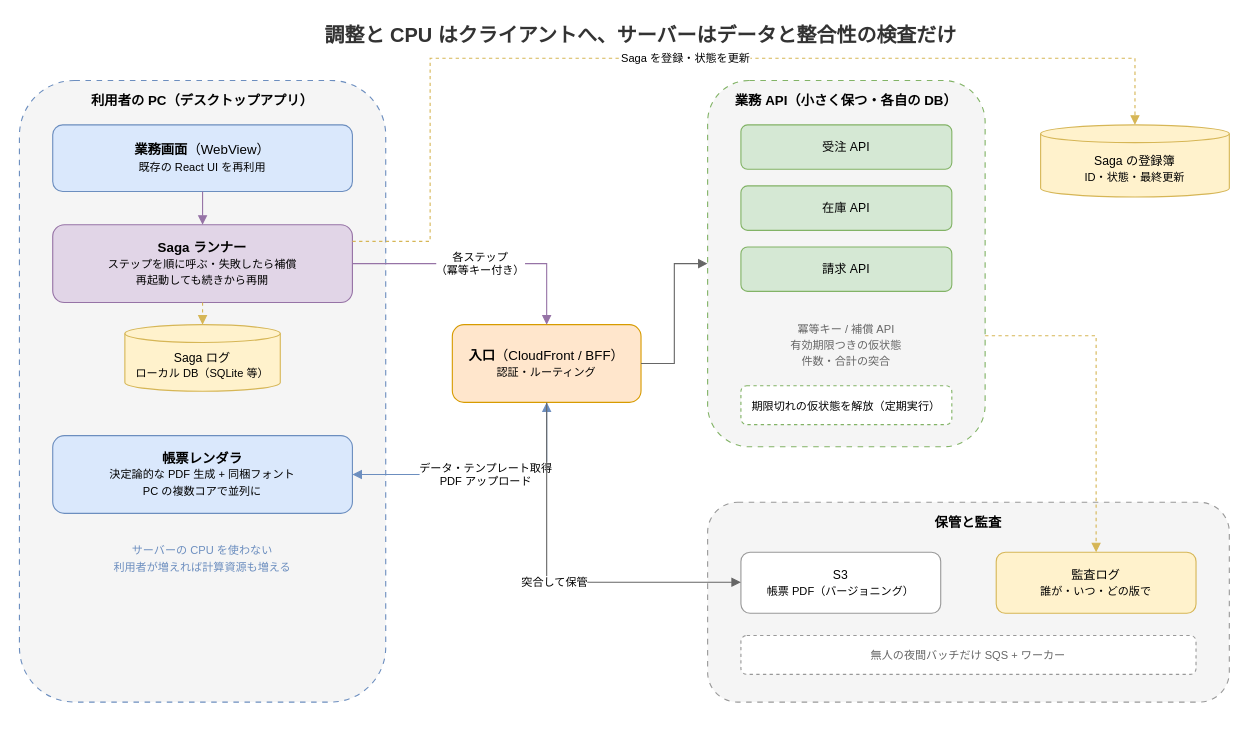
hdknr/blogs keeps this draw.io diagram as static/images/distributed-spa-architecture.drawio. Above is the earlier version. Source tidied: cells renumbered, new cells numbered last; positions are measured from the earlier drawing's top-left corner, leaving out a move shared by most shapes. Both pictures are drawn from the tidied source at 111%, with x=0, y=0 at pixel (19, 19).
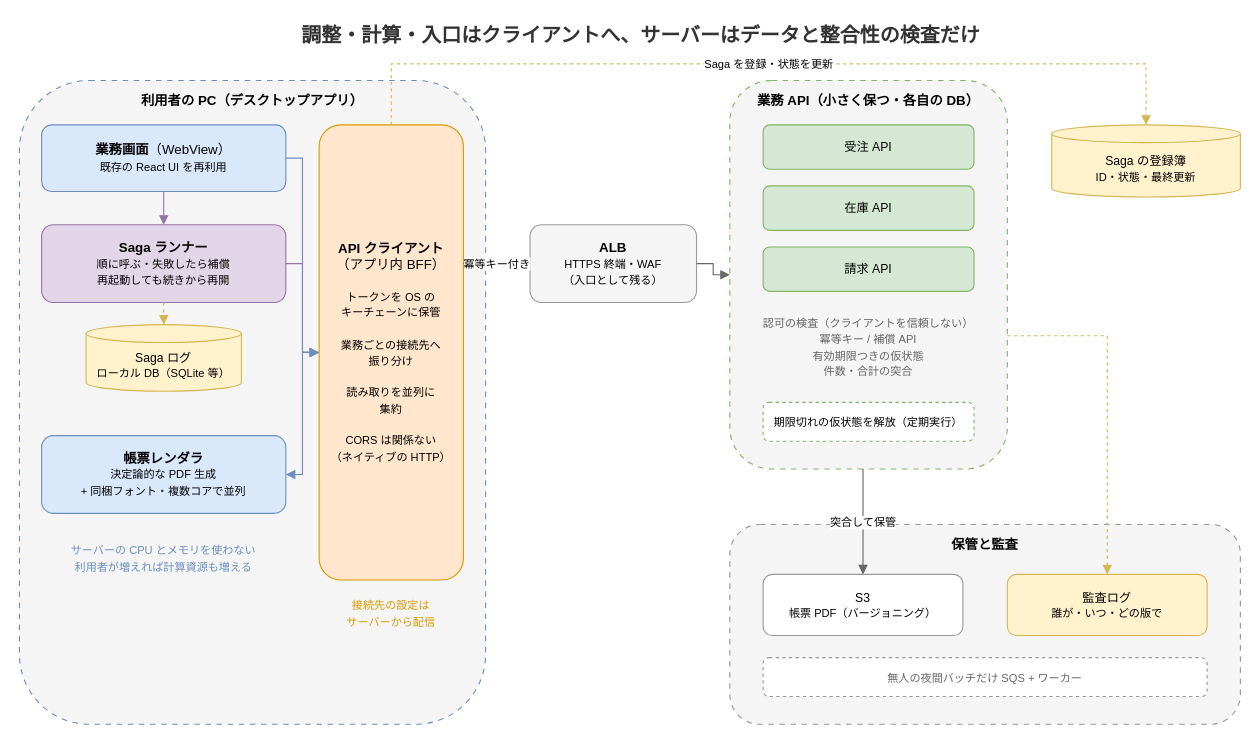
The same page after the edit.

Diff of the diagram source:
```diff
@@
-    <mxCell id="2" value="調整と CPU はクライアントへ、サーバーはデータと整合性の検査だけ" style="text;html=1;fontSize=18;fontStyle=1;align=center;verticalAlign=middle;whiteSpace=wrap;fontColor=#333333;" parent="1" vertex="1">
-      <mxGeometry x="210" width="700" height="30" as="geometry" />
+    <mxCell id="2" value="調整・計算・入口はクライアントへ、サーバーはデータと整合性の検査だけ" style="text;html=1;fontSize=18;fontStyle=1;align=center;verticalAlign=middle;whiteSpace=wrap;fontColor=#333333;" parent="1" vertex="1">
+      <mxGeometry x="160" width="800" height="30" as="geometry" />
     </mxCell>
     <mxCell id="3" value="利用者の PC（デスクトップアプリ）" style="rounded=1;whiteSpace=wrap;html=1;fillColor=#f5f5f5;strokeColor=#6c8ebf;fontStyle=1;fontSize=12;verticalAlign=top;spacingTop=5;dashed=1;dashPattern=5 5;" parent="1" vertex="1">
-      <mxGeometry y="55" width="330" height="560" as="geometry" />
+      <mxGeometry y="55" width="420" height="580" as="geometry" />
     </mxCell>
     <mxCell id="4" value="&lt;b&gt;業務画面&lt;/b&gt;（WebView）&lt;br&gt;&lt;font style=&quot;font-size:10px&quot;&gt;既存の React UI を再利用&lt;/font&gt;" style="rounded=1;whiteSpace=wrap;html=1;fillColor=#dae8fc;strokeColor=#6c8ebf;fontSize=12;" parent="1" vertex="1">
-      <mxGeometry x="30" y="95" width="270" height="60" as="geometry" />
+      <mxGeometry x="20" y="95" width="220" height="60" as="geometry" />
     </mxCell>
-    <mxCell id="5" value="&lt;b&gt;Saga ランナー&lt;/b&gt;&lt;br&gt;&lt;font style=&quot;font-size:10px&quot;&gt;ステップを順に呼ぶ・失敗したら補償&lt;br&gt;再起動しても続きから再開&lt;/font&gt;" style="rounded=1;whiteSpace=wrap;html=1;fillColor=#e1d5e7;strokeColor=#9673a6;fontSize=12;" parent="1" vertex="1">
-      <mxGeometry x="30" y="185" width="270" height="70" as="geometry" />
+    <mxCell id="5" value="&lt;b&gt;Saga ランナー&lt;/b&gt;&lt;br&gt;&lt;font style=&quot;font-size:10px&quot;&gt;順に呼ぶ・失敗したら補償&lt;br&gt;再起動しても続きから再開&lt;/font&gt;" style="rounded=1;whiteSpace=wrap;html=1;fillColor=#e1d5e7;strokeColor=#9673a6;fontSize=12;" parent="1" vertex="1">
+      <mxGeometry x="20" y="185" width="220" height="70" as="geometry" />
     </mxCell>
     <mxCell id="6" value="Saga ログ&lt;br&gt;&lt;font style=&quot;font-size:10px&quot;&gt;ローカル DB（SQLite 等）&lt;/font&gt;" style="shape=cylinder3;whiteSpace=wrap;html=1;boundedLbl=1;size=8;fillColor=#fff2cc;strokeColor=#d6b656;fontSize=11;" parent="1" vertex="1">
-      <mxGeometry x="95" y="275" width="140" height="60" as="geometry" />
+      <mxGeometry x="60" y="275" width="140" height="60" as="geometry" />
     </mxCell>
-    <mxCell id="7" value="&lt;b&gt;帳票レンダラ&lt;/b&gt;&lt;br&gt;&lt;font style=&quot;font-size:10px&quot;&gt;決定論的な PDF 生成 + 同梱フォント&lt;br&gt;PC の複数コアで並列に&lt;/font&gt;" style="rounded=1;whiteSpace=wrap;html=1;fillColor=#dae8fc;strokeColor=#6c8ebf;fontSize=12;" parent="1" vertex="1">
-      <mxGeometry x="30" y="375" width="270" height="70" as="geometry" />
+    <mxCell id="7" value="&lt;b&gt;帳票レンダラ&lt;/b&gt;&lt;br&gt;&lt;font style=&quot;font-size:10px&quot;&gt;決定論的な PDF 生成&lt;br&gt;+ 同梱フォント・複数コアで並列&lt;/font&gt;" style="rounded=1;whiteSpace=wrap;html=1;fillColor=#dae8fc;strokeColor=#6c8ebf;fontSize=12;" parent="1" vertex="1">
+      <mxGeometry x="20" y="375" width="220" height="70" as="geometry" />
     </mxCell>
-    <mxCell id="8" value="&lt;font style=&quot;font-size:10px&quot;&gt;サーバーの CPU を使わない&lt;br&gt;利用者が増えれば計算資源も増える&lt;/font&gt;" style="text;html=1;align=center;verticalAlign=middle;whiteSpace=wrap;fontColor=#6c8ebf;" parent="1" vertex="1">
-      <mxGeometry x="30" y="465" width="270" height="40" as="geometry" />
+    <mxCell id="8" value="&lt;font style=&quot;font-size:10px&quot;&gt;サーバーの CPU とメモリを使わない&lt;br&gt;利用者が増えれば計算資源も増える&lt;/font&gt;" style="text;html=1;align=center;verticalAlign=middle;whiteSpace=wrap;fontColor=#6c8ebf;" parent="1" vertex="1">
+      <mxGeometry x="20" y="465" width="220" height="40" as="geometry" />
     </mxCell>
-    <mxCell id="9" value="&lt;b&gt;入口&lt;/b&gt;（CloudFront / BFF）&lt;br&gt;&lt;font style=&quot;font-size:10px&quot;&gt;認証・ルーティング&lt;/font&gt;" style="rounded=1;whiteSpace=wrap;html=1;fillColor=#ffe6cc;strokeColor=#d79b00;fontSize=12;" parent="1" vertex="1">
-      <mxGeometry x="390" y="275" width="170" height="70" as="geometry" />
-    </mxCell>
+    <mxCell id="29" value="&lt;b&gt;API クライアント&lt;/b&gt;&lt;br&gt;（アプリ内 BFF）&lt;br&gt;&lt;br&gt;&lt;font style=&quot;font-size:10px&quot;&gt;トークンを OS の&lt;br&gt;キーチェーンに保管&lt;br&gt;&lt;br&gt;業務ごとの接続先へ&lt;br&gt;振り分け&lt;br&gt;&lt;br&gt;読み取りを並列に&lt;br&gt;集約&lt;br&gt;&lt;br&gt;CORS は関係ない&lt;br&gt;（ネイティブの HTTP）&lt;/font&gt;" style="rounded=1;whiteSpace=wrap;html=1;fillColor=#ffe6cc;strokeColor=#d79b00;fontSize=12;" parent="1" vertex="1">
+      <mxGeometry x="270" y="95" width="130" height="410" as="geometry" />
+    </mxCell>
+    <mxCell id="30" value="&lt;font style=&quot;font-size:10px&quot;&gt;接続先の設定は&lt;br&gt;サーバーから配信&lt;/font&gt;" style="text;html=1;align=center;verticalAlign=middle;whiteSpace=wrap;fontColor=#d79b00;" parent="1" vertex="1">
+      <mxGeometry x="260" y="515" width="150" height="40" as="geometry" />
+    </mxCell>
+    <mxCell id="31" value="&lt;b&gt;ALB&lt;/b&gt;&lt;br&gt;&lt;font style=&quot;font-size:10px&quot;&gt;HTTPS 終端・WAF&lt;br&gt;（入口として残る）&lt;/font&gt;" style="rounded=1;whiteSpace=wrap;html=1;fillColor=#f5f5f5;strokeColor=#999999;fontSize=12;" parent="1" vertex="1">
+      <mxGeometry x="460" y="185" width="150" height="70" as="geometry" />
+    </mxCell>
     <mxCell id="10" value="業務 API（小さく保つ・各自の DB）" style="rounded=1;whiteSpace=wrap;html=1;fillColor=#f5f5f5;strokeColor=#82b366;fontStyle=1;fontSize=12;verticalAlign=top;spacingTop=5;dashed=1;dashPattern=5 5;" parent="1" vertex="1">
-      <mxGeometry x="620" y="55" width="250" height="330" as="geometry" />
+      <mxGeometry x="640" y="55" width="250" height="350" as="geometry" />
     </mxCell>
     <mxCell id="11" value="受注 API" style="rounded=1;whiteSpace=wrap;html=1;fillColor=#d5e8d4;strokeColor=#82b366;fontSize=11;" parent="1" vertex="1">
-      <mxGeometry x="650" y="95" width="190" height="40" as="geometry" />
+      <mxGeometry x="670" y="95" width="190" height="40" as="geometry" />
     </mxCell>
     <mxCell id="12" value="在庫 API" style="rounded=1;whiteSpace=wrap;html=1;fillColor=#d5e8d4;strokeColor=#82b366;fontSize=11;" parent="1" vertex="1">
-      <mxGeometry x="650" y="150" width="190" height="40" as="geometry" />
+      <mxGeometry x="670" y="150" width="190" height="40" as="geometry" />
     </mxCell>
     <mxCell id="13" value="請求 API" style="rounded=1;whiteSpace=wrap;html=1;fillColor=#d5e8d4;strokeColor=#82b366;fontSize=11;" parent="1" vertex="1">
-      <mxGeometry x="650" y="205" width="190" height="40" as="geometry" />
+      <mxGeometry x="670" y="205" width="190" height="40" as="geometry" />
     </mxCell>
-    <mxCell id="14" value="&lt;font style=&quot;font-size:10px&quot;&gt;冪等キー / 補償 API&lt;br&gt;有効期限つきの仮状態&lt;br&gt;件数・合計の突合&lt;/font&gt;" style="text;html=1;align=center;verticalAlign=middle;whiteSpace=wrap;fontColor=#666666;" parent="1" vertex="1">
-      <mxGeometry x="650" y="265" width="190" height="55" as="geometry" />
+    <mxCell id="14" value="&lt;font style=&quot;font-size:10px&quot;&gt;認可の検査（クライアントを信頼しない）&lt;br&gt;冪等キー / 補償 API&lt;br&gt;有効期限つきの仮状態&lt;br&gt;件数・合計の突合&lt;/font&gt;" style="text;html=1;align=center;verticalAlign=middle;whiteSpace=wrap;fontColor=#666666;" parent="1" vertex="1">
+      <mxGeometry x="660" y="260" width="210" height="70" as="geometry" />
     </mxCell>
     <mxCell id="15" value="&lt;font style=&quot;font-size:10px&quot;&gt;期限切れの仮状態を解放（定期実行）&lt;/font&gt;" style="rounded=1;whiteSpace=wrap;html=1;fillColor=#ffffff;strokeColor=#82b366;dashed=1;fontSize=10;" parent="1" vertex="1">
-      <mxGeometry x="650" y="330" width="190" height="35" as="geometry" />
+      <mxGeometry x="670" y="345" width="190" height="35" as="geometry" />
     </mxCell>
     <mxCell id="16" value="Saga の登録簿&lt;br&gt;&lt;font style=&quot;font-size:10px&quot;&gt;ID・状態・最終更新&lt;/font&gt;" style="shape=cylinder3;whiteSpace=wrap;html=1;boundedLbl=1;size=8;fillColor=#fff2cc;strokeColor=#d6b656;fontSize=11;" parent="1" vertex="1">
-      <mxGeometry x="920" y="95" width="170" height="65" as="geometry" />
+      <mxGeometry x="930" y="95" width="170" height="65" as="geometry" />
     </mxCell>
     <mxCell id="17" value="保管と監査" style="rounded=1;whiteSpace=wrap;html=1;fillColor=#f5f5f5;strokeColor=#999999;fontStyle=1;fontSize=12;verticalAlign=top;spacingTop=5;dashed=1;dashPattern=5 5;" parent="1" vertex="1">
-      <mxGeometry x="620" y="435" width="470" height="180" as="geometry" />
+      <mxGeometry x="640" y="455" width="460" height="180" as="geometry" />
     </mxCell>
     <mxCell id="18" value="S3&lt;br&gt;&lt;font style=&quot;font-size:10px&quot;&gt;帳票 PDF（バージョニング）&lt;/font&gt;" style="rounded=1;whiteSpace=wrap;html=1;fillColor=#ffffff;strokeColor=#999999;fontSize=11;" parent="1" vertex="1">
-      <mxGeometry x="650" y="480" width="180" height="55" as="geometry" />
+      <mxGeometry x="670" y="500" width="180" height="55" as="geometry" />
     </mxCell>
     <mxCell id="19" value="監査ログ&lt;br&gt;&lt;font style=&quot;font-size:10px&quot;&gt;誰が・いつ・どの版で&lt;/font&gt;" style="rounded=1;whiteSpace=wrap;html=1;fillColor=#fff2cc;strokeColor=#d6b656;fontSize=11;" parent="1" vertex="1">
-      <mxGeometry x="880" y="480" width="180" height="55" as="geometry" />
+      <mxGeometry x="890" y="500" width="180" height="55" as="geometry" />
     </mxCell>
     <mxCell id="20" value="&lt;font style=&quot;font-size:10px&quot;&gt;無人の夜間バッチだけ SQS + ワーカー&lt;/font&gt;" style="rounded=1;whiteSpace=wrap;html=1;fillColor=#ffffff;strokeColor=#999999;dashed=1;fontSize=10;fontColor=#666666;" parent="1" vertex="1">
-      <mxGeometry x="650" y="555" width="410" height="35" as="geometry" />
+      <mxGeometry x="670" y="575" width="400" height="35" as="geometry" />
     </mxCell>
@@
-    <mxCell id="23" value="各ステップ&lt;br&gt;（冪等キー付き）" style="edgeStyle=orthogonalEdgeStyle;rounded=0;html=1;endArrow=block;strokeColor=#9673a6;fontSize=10;" parent="1" edge="1" source="5" target="9">
+    <mxCell id="23" style="edgeStyle=orthogonalEdgeStyle;rounded=0;html=1;endArrow=block;strokeColor=#9673a6;" parent="1" edge="1" source="5" target="29">
       <mxGeometry relative="1" as="geometry">
         <Array as="points">
-          <mxPoint x="475" y="220" />
+          <mxPoint x="255" y="220" />
         </Array>
       </mxGeometry>
     </mxCell>
-    <mxCell id="24" value="データ・テンプレート取得&lt;br&gt;PDF アップロード" style="edgeStyle=orthogonalEdgeStyle;rounded=0;html=1;endArrow=block;startArrow=block;strokeColor=#6c8ebf;fontSize=10;" parent="1" edge="1" source="7" target="9">
+    <mxCell id="24" style="edgeStyle=orthogonalEdgeStyle;rounded=0;html=1;endArrow=block;startArrow=block;strokeColor=#6c8ebf;" parent="1" edge="1" source="7" target="29">
       <mxGeometry relative="1" as="geometry">
         <Array as="points">
-          <mxPoint x="475" y="410" />
+          <mxPoint x="255" y="410" />
         </Array>
       </mxGeometry>
     </mxCell>
+    <mxCell id="32" style="edgeStyle=orthogonalEdgeStyle;rounded=0;html=1;endArrow=block;strokeColor=#6c8ebf;" parent="1" edge="1" source="4" target="29">
+      <mxGeometry relative="1" as="geometry">
+        <Array as="points">
+          <mxPoint x="255" y="125" />
+        </Array>
+      </mxGeometry>
+    </mxCell>
-    <mxCell id="25" style="edgeStyle=orthogonalEdgeStyle;rounded=0;html=1;endArrow=block;strokeColor=#666666;" parent="1" edge="1" source="9" target="10">
+    <mxCell id="25" value="冪等キー付き" style="edgeStyle=orthogonalEdgeStyle;rounded=0;html=1;endArrow=block;strokeColor=#666666;fontSize=10;" parent="1" edge="1" source="29" target="31">
       <mxGeometry relative="1" as="geometry">
         <Array as="points">
-          <mxPoint x="590" y="310" />
-          <mxPoint x="590" y="220" />
+          <mxPoint x="430" y="220" />
         </Array>
       </mxGeometry>
     </mxCell>
-    <mxCell id="26" value="Saga を登録・状態を更新" style="edgeStyle=orthogonalEdgeStyle;rounded=0;html=1;endArrow=block;strokeColor=#d6b656;fontSize=10;dashed=1;" parent="1" edge="1" source="5" target="16">
-      <mxGeometry relative="1" as="geometry">
-        <Array as="points">
-          <mxPoint x="370" y="200" />
-          <mxPoint x="370" y="35" />
-          <mxPoint x="1005" y="35" />
-        </Array>
-      </mxGeometry>
+    <mxCell id="26" style="edgeStyle=orthogonalEdgeStyle;rounded=0;html=1;endArrow=block;strokeColor=#666666;" parent="1" edge="1" source="31" target="10">
+      <mxGeometry relative="1" as="geometry" />
     </mxCell>
-    <mxCell id="27" value="突合して保管" style="edgeStyle=orthogonalEdgeStyle;rounded=0;html=1;endArrow=block;strokeColor=#666666;fontSize=10;" parent="1" edge="1" source="9" target="18">
+    <mxCell id="27" value="Saga を登録・状態を更新" style="edgeStyle=orthogonalEdgeStyle;rounded=0;html=1;endArrow=block;strokeColor=#d6b656;fontSize=10;dashed=1;" parent="1" edge="1" source="29" target="16">
       <mxGeometry relative="1" as="geometry">
         <Array as="points">
-          <mxPoint x="475" y="507" />
+          <mxPoint x="335" y="40" />
+          <mxPoint x="1015" y="40" />
         </Array>
       </mxGeometry>
     </mxCell>
-    <mxCell id="28" style="edgeStyle=orthogonalEdgeStyle;rounded=0;html=1;endArrow=block;strokeColor=#d6b656;dashed=1;" parent="1" edge="1" source="10" target="19">
+    <mxCell id="28" value="突合して保管" style="edgeStyle=orthogonalEdgeStyle;rounded=0;html=1;endArrow=block;strokeColor=#666666;fontSize=10;" parent="1" edge="1" source="10" target="18">
       <mxGeometry relative="1" as="geometry">
         <Array as="points">
-          <mxPoint x="970" y="285" />
+          <mxPoint x="760" y="430" />
+          <mxPoint x="760" y="430" />
         </Array>
       </mxGeometry>
     </mxCell>
+    <mxCell id="33" style="edgeStyle=orthogonalEdgeStyle;rounded=0;html=1;endArrow=block;strokeColor=#d6b656;dashed=1;" parent="1" edge="1" source="10" target="19">
+      <mxGeometry relative="1" as="geometry">
+        <Array as="points">
+          <mxPoint x="980" y="285" />
+        </Array>
+      </mxGeometry>
+    </mxCell>
```
